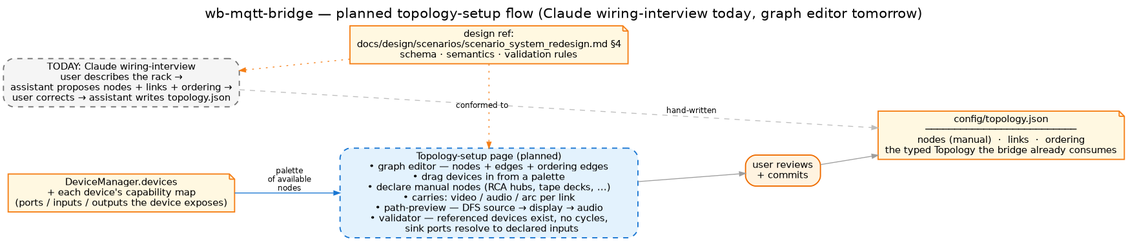
droman42/wb-mqtt-bridge keeps this Graphviz diagram as docs/images/topology-setup-flow.png. Above is the earlier version. Its source is kept beside it as docs/images/topology-setup-flow.dot.
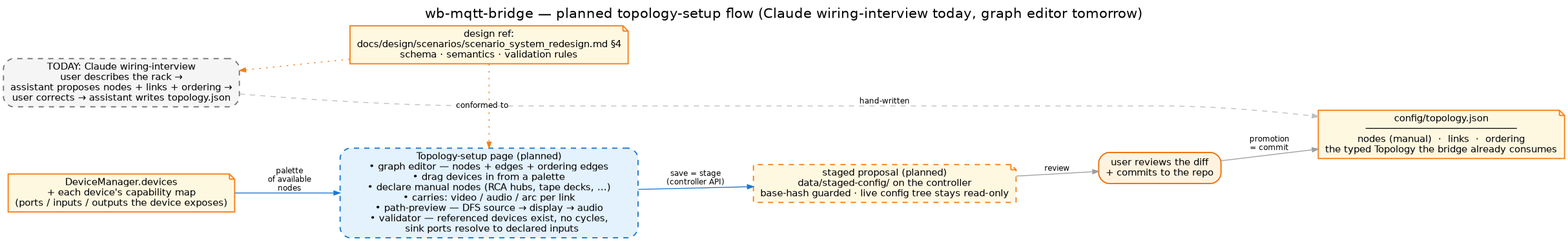
Above is the later version.

Diff of the diagram source:
```diff
@@ -15,7 +15,10 @@
   page [label="Topology-setup page (planned)\n• graph editor — nodes + edges + ordering edges\n• drag devices in from a palette\n• declare manual nodes (RCA hubs, tape decks, …)\n• carries: video / audio / arc per link\n• path-preview — DFS source → display → audio\n• validator — referenced devices exist, no cycles,\n  sink ports resolve to declared inputs",
         fillcolor="#e3f2fd", color="#1976d2", width=4.8, style="filled,rounded,dashed"];
 
-  user [label="user reviews\n+ commits",
+  staged [shape=note, fillcolor="#fff8e1", color="#f57f17", style="filled,dashed",
+          label="staged proposal (planned)\ndata/staged-config/ on the controller\nbase-hash guarded · live config tree stays read-only"];
+
+  user [label="user reviews the diff\n+ commits to the repo",
         fillcolor="#fff3e0", color="#ef6c00"];
 
   cfg [shape=note, fillcolor="#fff8e1", color="#f57f17",
@@ -28,8 +31,9 @@
               label="design ref:\ndocs/design/scenarios/scenario_system_redesign.md §4\nschema · semantics · validation rules"];
 
   devmgr -> page [color="#1976d2", label="palette\nof available\nnodes"];
-  page -> user;
-  user -> cfg;
+  page -> staged [label="save = stage\n(controller API)", color="#1976d2"];
+  staged -> user [label="review"];
+  user -> cfg [label="promotion\n= commit"];
 
   interview -> cfg [style=dashed, color="#bdbdbd", label="hand-written"];
   schema_doc -> interview [style=dotted, color="#f57f17"];
```
